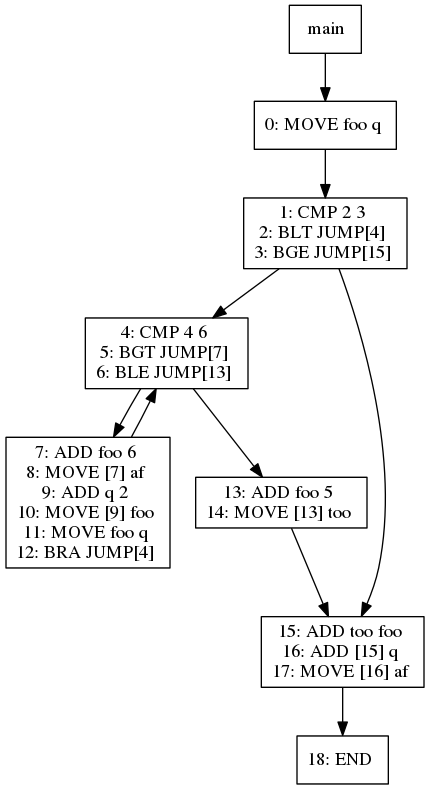
Earlier version of the Graphviz export viz/test029.dot.png (jiahanwang/PL241-Compiler). Its source is kept beside it as viz/test029.dot.
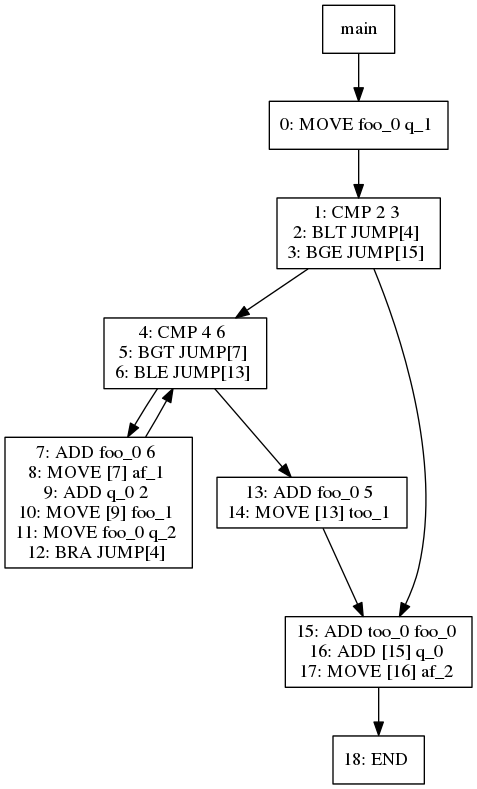
After the commit.

What changed in the source:
```diff
@@ -1,39 +1,39 @@
 digraph test029 {
 node [shape=box]
-519[label="main"]
-519 -> 521
-521[label="0: MOVE foo q
+1[label="main"]
+1 -> 3
+3[label="0: MOVE foo_0 q_1
 "]
-521 -> 522
-522[label="1: CMP 2 3
+3 -> 4
+4[label="1: CMP 2 3
 2: BLT JUMP[4]
 3: BGE JUMP[15]
 "]
-522 -> 524
-524[label="4: CMP 4 6
+4 -> 6
+6[label="4: CMP 4 6
 5: BGT JUMP[7]
 6: BLE JUMP[13]
 "]
-524 -> 526
-526[label="7: ADD foo 6
-8: MOVE [7] af
-9: ADD q 2
-10: MOVE [9] foo
-11: MOVE foo q
+6 -> 8
+8[label="7: ADD foo_0 6
+8: MOVE [7] af_1
+9: ADD q_0 2
+10: MOVE [9] foo_1
+11: MOVE foo_0 q_2
 12: BRA JUMP[4]
 "]
-526 -> 524
-524 -> 525
-525[label="13: ADD foo 5
-14: MOVE [13] too
+8 -> 6
+6 -> 7
+7[label="13: ADD foo_0 5
+14: MOVE [13] too_1
 "]
-525 -> 523
-523[label="15: ADD too foo
-16: ADD [15] q
-17: MOVE [16] af
+7 -> 5
+5[label="15: ADD too_0 foo_0
+16: ADD [15] q_0
+17: MOVE [16] af_2
 "]
-523 -> 531
-531[label="18: END
+5 -> 13
+13[label="18: END
 "]
-522 -> 523
+4 -> 5
 }
```
